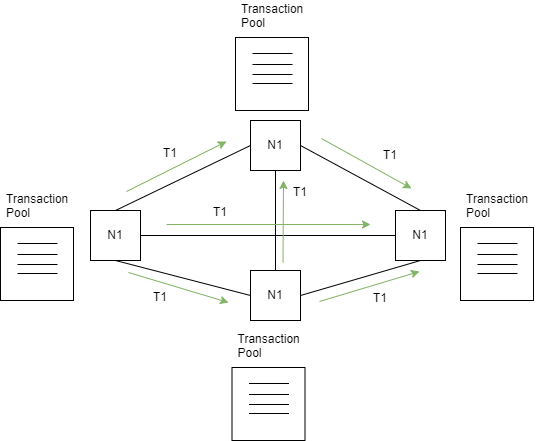
This is images/How does a transaction happen in the blockchain/Blockchain Transaction.png from tavishaggarwal/Blockchain-Learning, a draw.io export, as it was before one commit. Source tidied: cells renumbered, new cells last; positions are measured from the earlier drawing's top-left corner, leaving out a move shared by most shapes.
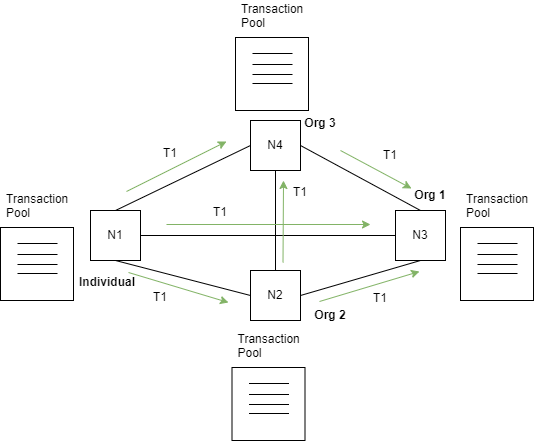
Later version of the same file.

The edit, as a diff of the source:
```diff
@@ -5,13 +5,13 @@
     <mxCell id="2" value="N1" style="whiteSpace=wrap;html=1;" parent="1" vertex="1">
       <mxGeometry x="90" y="210" width="50" height="50" as="geometry" />
     </mxCell>
-    <mxCell id="3" value="N1" style="whiteSpace=wrap;html=1;" parent="1" vertex="1">
+    <mxCell id="3" value="N3" style="whiteSpace=wrap;html=1;" parent="1" vertex="1">
       <mxGeometry x="395" y="210" width="50" height="50" as="geometry" />
     </mxCell>
-    <mxCell id="4" value="N1" style="whiteSpace=wrap;html=1;" parent="1" vertex="1">
+    <mxCell id="4" value="N2" style="whiteSpace=wrap;html=1;" parent="1" vertex="1">
       <mxGeometry x="250" y="270" width="50" height="50" as="geometry" />
     </mxCell>
-    <mxCell id="5" value="N1" style="whiteSpace=wrap;html=1;" parent="1" vertex="1">
+    <mxCell id="5" value="N4" style="whiteSpace=wrap;html=1;" parent="1" vertex="1">
       <mxGeometry x="250" y="120" width="50" height="50" as="geometry" />
     </mxCell>
     <mxCell id="6" style="endArrow=none;html=1;rounded=0;entryX=0;entryY=0.5;entryDx=0;entryDy=0;exitX=0.5;exitY=0;exitDx=0;exitDy=0;" parent="1" edge="1" source="2" target="5">
@@ -50,9 +50,9 @@
         <mxPoint x="419" y="271" as="targetPoint" />
       </mxGeometry>
     </mxCell>
-    <mxCell id="15" style="endArrow=classic;html=1;rounded=0;fillColor=#d5e8d4;strokeColor=#82b366;" parent="1" edge="1">
+    <mxCell id="15" style="endArrow=classic;html=1;rounded=0;fillColor=#d5e8d4;strokeColor=#82b366;startArrow=none;" parent="1" edge="1">
       <mxGeometry relative="1" as="geometry">
-        <mxPoint x="321" y="138" as="sourcePoint" />
+        <mxPoint x="340" y="150" as="sourcePoint" />
         <mxPoint x="411" y="188" as="targetPoint" />
       </mxGeometry>
     </mxCell>
@@ -206,5 +206,22 @@
     <mxCell id="47" value="Transaction &#10;Pool" style="text;strokeColor=none;fillColor=none;align=left;verticalAlign=middle;spacingLeft=4;spacingRight=4;overflow=hidden;" parent="1" vertex="1">
       <mxGeometry x="235" width="80" height="30" as="geometry" />
     </mxCell>
+    <mxCell id="48" value="Org 1" style="text;html=1;strokeColor=none;fillColor=none;align=center;verticalAlign=middle;whiteSpace=wrap;rounded=0;fontStyle=1;" parent="1" vertex="1">
+      <mxGeometry x="400" y="180" width="60" height="30" as="geometry" />
+    </mxCell>
+    <mxCell id="49" value="Org 2&lt;span style=&quot;color: rgba(0 , 0 , 0 , 0) ; font-family: monospace ; font-size: 0px&quot;&gt;%3CmxGraphModel%3E%3Croot%3E%3CmxCell%20id%3D%220%22%2F%3E%3CmxCell%20id%3D%221%22%20parent%3D%220%22%2F%3E%3CmxCell%20id%3D%222%22%20value%3D%22Org%201%22%20style%3D%22text%3Bhtml%3D1%3BstrokeColor%3Dnone%3BfillColor%3Dnone%3Balign%3Dcenter%3BverticalAlign%3Dmiddle%3BwhiteSpace%3Dwrap%3Brounded%3D0%3B%22%20vertex%3D%221%22%20parent%3D%221%22%3E%3CmxGeometry%20x%3D%22430%22%20y%3D%22250%22%20width%3D%2260%22%20height%3D%2230%22%20as%3D%22geometry%22%2F%3E%3C%2FmxCell%3E%3C%2Froot%3E%3C%2FmxGraphModel%3E&lt;/span&gt;" style="text;html=1;strokeColor=none;fillColor=none;align=center;verticalAlign=middle;whiteSpace=wrap;rounded=0;fontStyle=1;" parent="1" vertex="1">
+      <mxGeometry x="300" y="300" width="60" height="30" as="geometry" />
+    </mxCell>
+    <mxCell id="50" value="Individual" style="text;html=1;strokeColor=none;fillColor=none;align=center;verticalAlign=middle;whiteSpace=wrap;rounded=0;fontStyle=1;" parent="1" vertex="1">
+      <mxGeometry x="77" y="267" width="60" height="30" as="geometry" />
+    </mxCell>
+    <mxCell id="51" value="Org 3" style="text;html=1;strokeColor=none;fillColor=none;align=center;verticalAlign=middle;whiteSpace=wrap;rounded=0;fontStyle=1;" parent="1" vertex="1">
+      <mxGeometry x="290" y="108" width="60" height="30" as="geometry" />
+    </mxCell>
+    <mxCell id="52" style="endArrow=none;html=1;rounded=0;fillColor=#d5e8d4;strokeColor=#82b366;" parent="1" edge="1" target="51">
+      <mxGeometry relative="1" as="geometry">
+        <mxPoint x="321" y="138" as="sourcePoint" />
+      </mxGeometry>
+    </mxCell>
   </root>
 </mxGraphModel>
```
